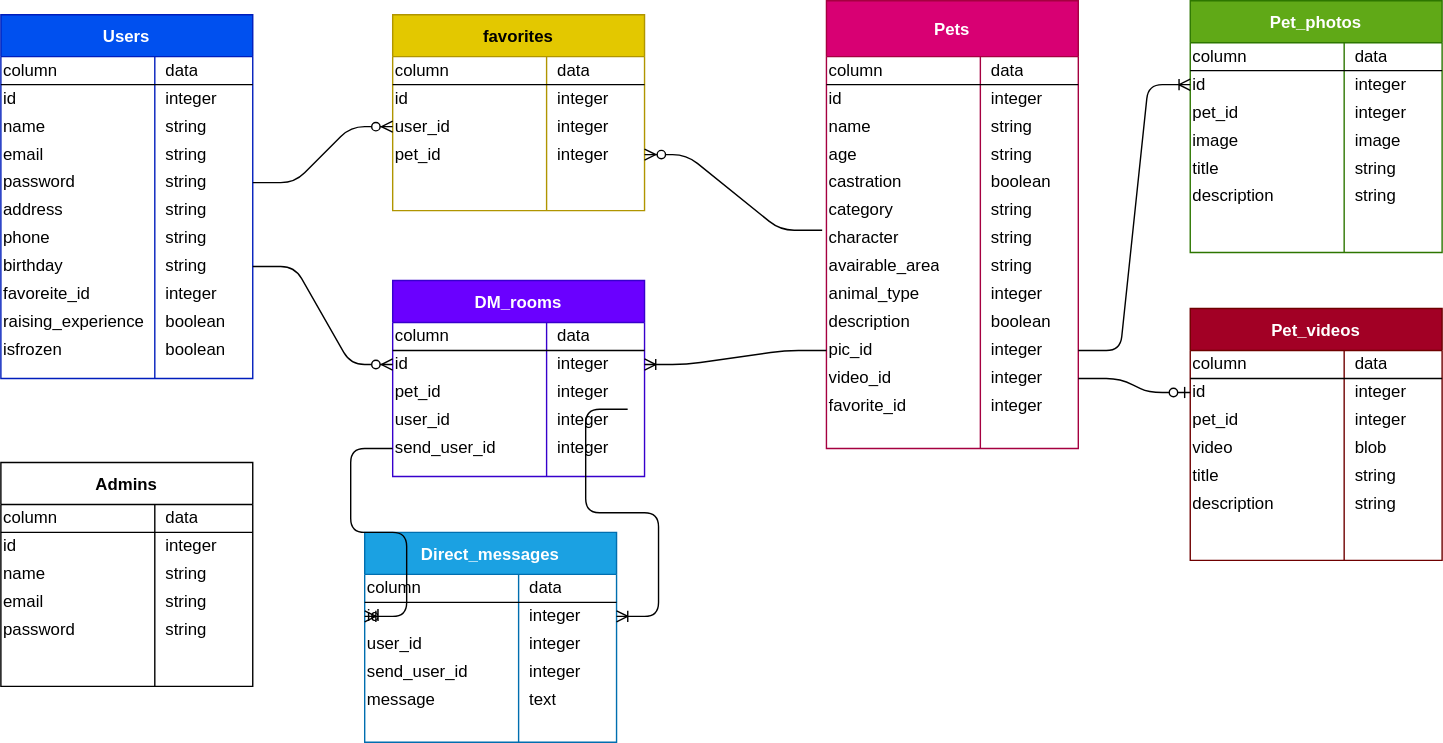
The draw.io diagram rubyemon.drawio.svg in yosnak13/rubyemon_entity_relationship_diagram, before a commit. Source tidied: cells renumbered, new cells last; positions are measured from the earlier drawing's top-left corner, leaving out a move shared by most shapes.
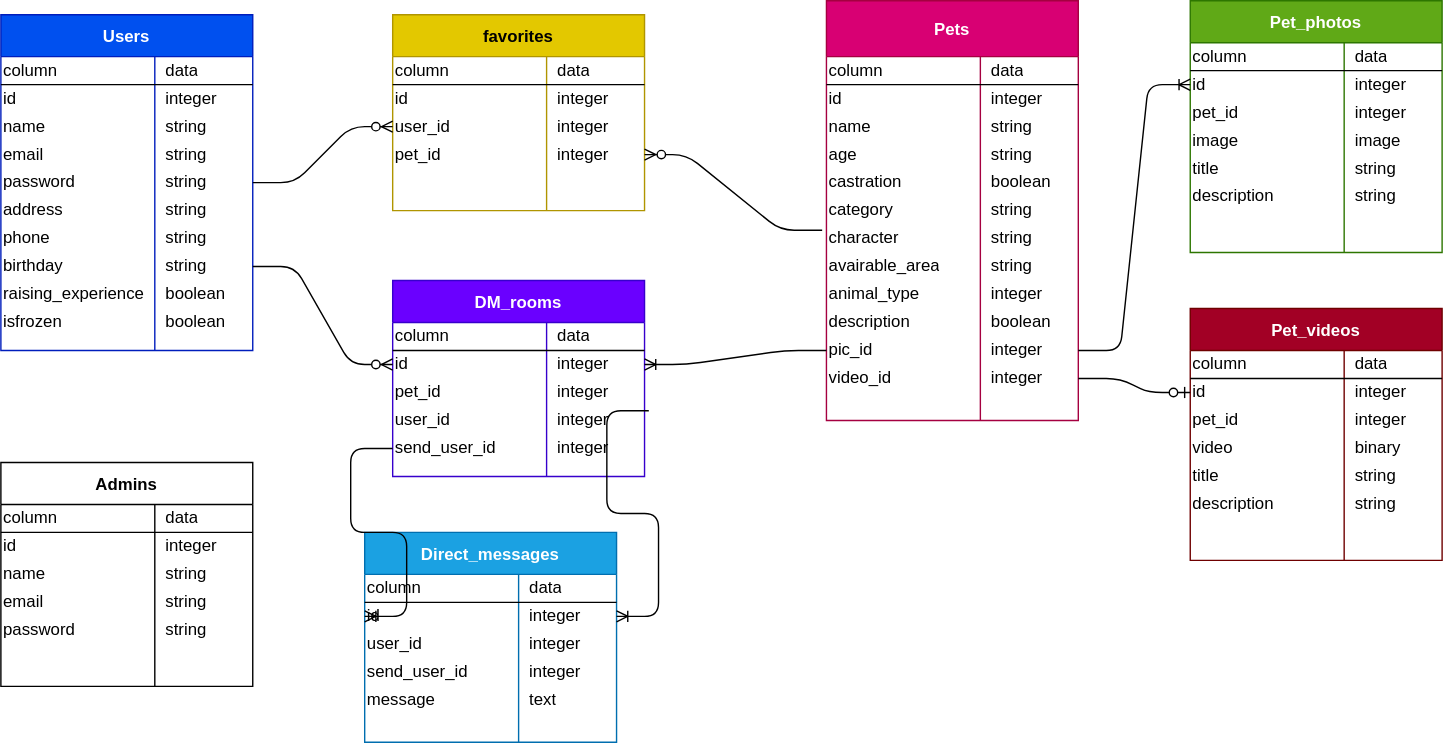
Above is the later version.

Commit message:
favorite_idが不要なのでUsers、Pets両テーブルから削除

The edit, as a diff of the source:
```diff
@@ -3,7 +3,7 @@
     <mxCell id="0" />
     <mxCell id="1" parent="0" />
     <mxCell id="2" value="Users" style="shape=table;startSize=30;rowLines=0;fontStyle=1;align=center;labelBorderColor=none;labelBackgroundColor=none;fillColor=#0050ef;strokeColor=#001DBC;fontColor=#ffffff;" parent="1" vertex="1">
-      <mxGeometry y="10" width="180" height="260" as="geometry" />
+      <mxGeometry y="10" width="180" height="240" as="geometry" />
     </mxCell>
     <mxCell id="3" style="shape=partialRectangle;html=1;whiteSpace=wrap;fillColor=none;top=0;left=0;bottom=1;right=0;" parent="2" vertex="1">
       <mxGeometry y="30" width="180" height="20" as="geometry" />
@@ -77,17 +77,8 @@
     <mxCell id="26" value="string" style="shape=partialRectangle;html=1;whiteSpace=wrap;fillColor=none;top=0;left=0;bottom=0;right=0;align=left;spacingLeft=6;overflow=hidden;" parent="24" vertex="1">
       <mxGeometry x="110" width="70" height="20" as="geometry" />
     </mxCell>
-    <mxCell id="27" style="shape=partialRectangle;html=1;whiteSpace=wrap;fillColor=none;top=0;left=0;bottom=0;right=0;" parent="2" vertex="1">
-      <mxGeometry y="190" width="180" height="20" as="geometry" />
-    </mxCell>
-    <mxCell id="28" value="favoreite_id" style="shape=partialRectangle;html=1;whiteSpace=wrap;fillColor=none;top=0;left=0;bottom=0;right=0;overflow=hidden;align=left;" parent="27" vertex="1">
-      <mxGeometry width="110" height="20" as="geometry" />
-    </mxCell>
-    <mxCell id="29" value="integer" style="shape=partialRectangle;html=1;whiteSpace=wrap;fillColor=none;top=0;left=0;bottom=0;right=0;align=left;spacingLeft=6;overflow=hidden;" parent="27" vertex="1">
-      <mxGeometry x="110" width="70" height="20" as="geometry" />
-    </mxCell>
     <mxCell id="30" style="shape=partialRectangle;html=1;whiteSpace=wrap;fillColor=none;top=0;left=0;bottom=0;right=0;" parent="2" vertex="1">
-      <mxGeometry y="210" width="180" height="20" as="geometry" />
+      <mxGeometry y="190" width="180" height="20" as="geometry" />
     </mxCell>
     <mxCell id="31" value="raising_experience" style="shape=partialRectangle;html=1;whiteSpace=wrap;fillColor=none;top=0;left=0;bottom=0;right=0;overflow=hidden;align=left;" parent="30" vertex="1">
       <mxGeometry width="110" height="20" as="geometry" />
@@ -96,7 +87,7 @@
       <mxGeometry x="110" width="70" height="20" as="geometry" />
     </mxCell>
     <mxCell id="33" style="shape=partialRectangle;html=1;whiteSpace=wrap;fillColor=none;top=0;left=0;bottom=0;right=0;" parent="2" vertex="1">
-      <mxGeometry y="230" width="180" height="20" as="geometry" />
+      <mxGeometry y="210" width="180" height="20" as="geometry" />
     </mxCell>
     <mxCell id="34" value="isfrozen" style="shape=partialRectangle;html=1;whiteSpace=wrap;fillColor=none;top=0;left=0;bottom=0;right=0;overflow=hidden;align=left;" parent="33" vertex="1">
       <mxGeometry width="110" height="20" as="geometry" />
@@ -105,7 +96,7 @@
       <mxGeometry x="110" width="70" height="20" as="geometry" />
     </mxCell>
     <mxCell id="36" value="Pets" style="shape=table;startSize=40;rowLines=0;fontStyle=1;align=center;labelBorderColor=none;labelBackgroundColor=none;fillColor=#d80073;strokeColor=#A50040;fontColor=#ffffff;shadow=0;" parent="1" vertex="1">
-      <mxGeometry x="590" width="180" height="320" as="geometry" />
+      <mxGeometry x="590" width="180" height="300" as="geometry" />
     </mxCell>
     <mxCell id="37" style="shape=partialRectangle;html=1;whiteSpace=wrap;fillColor=none;top=0;left=0;bottom=1;right=0;" parent="36" vertex="1">
       <mxGeometry y="40" width="180" height="20" as="geometry" />
@@ -215,15 +206,6 @@
     <mxCell id="72" value="integer" style="shape=partialRectangle;html=1;whiteSpace=wrap;fillColor=none;top=0;left=0;bottom=0;right=0;align=left;spacingLeft=6;overflow=hidden;" parent="70" vertex="1">
       <mxGeometry x="110" width="70" height="20" as="geometry" />
     </mxCell>
-    <mxCell id="73" style="shape=partialRectangle;html=1;whiteSpace=wrap;fillColor=none;top=0;left=0;bottom=0;right=0;" parent="36" vertex="1">
-      <mxGeometry y="280" width="180" height="20" as="geometry" />
-    </mxCell>
-    <mxCell id="74" value="favorite_id" style="shape=partialRectangle;html=1;whiteSpace=wrap;fillColor=none;top=0;left=0;bottom=0;right=0;overflow=hidden;align=left;" parent="73" vertex="1">
-      <mxGeometry width="110" height="20" as="geometry" />
-    </mxCell>
-    <mxCell id="75" value="integer" style="shape=partialRectangle;html=1;whiteSpace=wrap;fillColor=none;top=0;left=0;bottom=0;right=0;align=left;spacingLeft=6;overflow=hidden;" parent="73" vertex="1">
-      <mxGeometry x="110" width="70" height="20" as="geometry" />
-    </mxCell>
     <mxCell id="76" value="favorites" style="shape=table;startSize=30;rowLines=0;fontStyle=1;align=center;labelBorderColor=none;labelBackgroundColor=none;fillColor=#e3c800;strokeColor=#B09500;fontColor=#000000;" parent="1" vertex="1">
       <mxGeometry x="280" y="10" width="180" height="140" as="geometry" />
     </mxCell>
@@ -365,7 +347,7 @@
     <mxCell id="122" value="video" style="shape=partialRectangle;html=1;whiteSpace=wrap;fillColor=none;top=0;left=0;bottom=0;right=0;overflow=hidden;align=left;" parent="121" vertex="1">
       <mxGeometry width="110" height="20" as="geometry" />
     </mxCell>
-    <mxCell id="123" value="blob" style="shape=partialRectangle;html=1;whiteSpace=wrap;fillColor=none;top=0;left=0;bottom=0;right=0;align=left;spacingLeft=6;overflow=hidden;" parent="121" vertex="1">
+    <mxCell id="123" value="binary" style="shape=partialRectangle;html=1;whiteSpace=wrap;fillColor=none;top=0;left=0;bottom=0;right=0;align=left;spacingLeft=6;overflow=hidden;" parent="121" vertex="1">
       <mxGeometry x="110" width="70" height="20" as="geometry" />
     </mxCell>
     <mxCell id="124" style="shape=partialRectangle;html=1;whiteSpace=wrap;fillColor=none;top=0;left=0;bottom=0;right=0;" parent="111" vertex="1">
@@ -500,7 +482,7 @@
     <mxCell id="167" style="edgeStyle=entityRelationEdgeStyle;fontSize=12;html=1;endArrow=ERoneToMany;" parent="1" edge="1" source="67" target="154">
       <mxGeometry relative="1" as="geometry" />
     </mxCell>
-    <mxCell id="168" style="edgeStyle=entityRelationEdgeStyle;fontSize=12;html=1;endArrow=ERoneToMany;exitX=0.933;exitY=0.1;exitDx=0;exitDy=0;exitPerimeter=0;" parent="1" edge="1" source="160" target="135">
+    <mxCell id="168" style="edgeStyle=entityRelationEdgeStyle;fontSize=12;html=1;endArrow=ERoneToMany;exitX=1.017;exitY=0.15;exitDx=0;exitDy=0;exitPerimeter=0;" parent="1" edge="1" source="160" target="135">
       <mxGeometry relative="1" as="geometry" />
     </mxCell>
     <mxCell id="169" style="edgeStyle=entityRelationEdgeStyle;fontSize=12;html=1;endArrow=ERoneToMany;exitX=0;exitY=0.5;exitDx=0;exitDy=0;entryX=0;entryY=0.5;entryDx=0;entryDy=0;" parent="1" edge="1" source="163" target="135">
```
